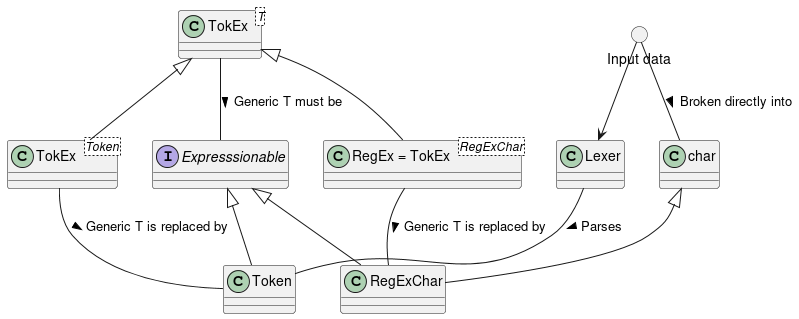
The PlantUML diagram diagrams/classes.png in jorbDehmel/regex-to-dfa, before a commit. Source of this version:
```plantuml
@startuml classes

class "TokEx<T>" as TokEx {}
class "TokEx<Token>" as TokExT {}
interface Expresssionable {}
class Token {}
class char {}
class RegExChar {}
class "RegEx = TokEx<RegExChar>" as RegEx {}
class Lexer {}

() "Input data" as data

class Token extends Expresssionable {}
class TokExT extends TokEx {}
class RegEx extends TokEx {}
class RegExChar extends char {}
class RegExChar extends Expresssionable {}

data -d-> Lexer
data -d- char : Broken directly into >
Lexer -d- Token : Parses >
TokEx -- Expresssionable : Generic T must be >
TokExT -- Token : Generic T is replaced by >
RegEx -- RegExChar : Generic T is replaced by >

@enduml
```
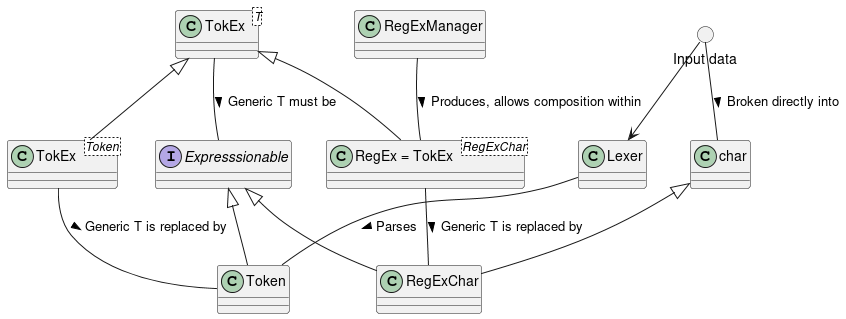
The same file after the commit.

Commit message:
Minor documentation updates; Completed class diagram w/ regex manager class.

The edit, as a diff of the source:
```diff
@@ -6,6 +6,7 @@
 class Token {}
 class char {}
 class RegExChar {}
+class RegExManager {}
 class "RegEx = TokEx<RegExChar>" as RegEx {}
 class Lexer {}
 
@@ -23,5 +24,6 @@
 TokEx -- Expresssionable : Generic T must be >
 TokExT -- Token : Generic T is replaced by >
 RegEx -- RegExChar : Generic T is replaced by >
+RegExManager -d- RegEx : Produces, allows composition within >
 
 @enduml
```
